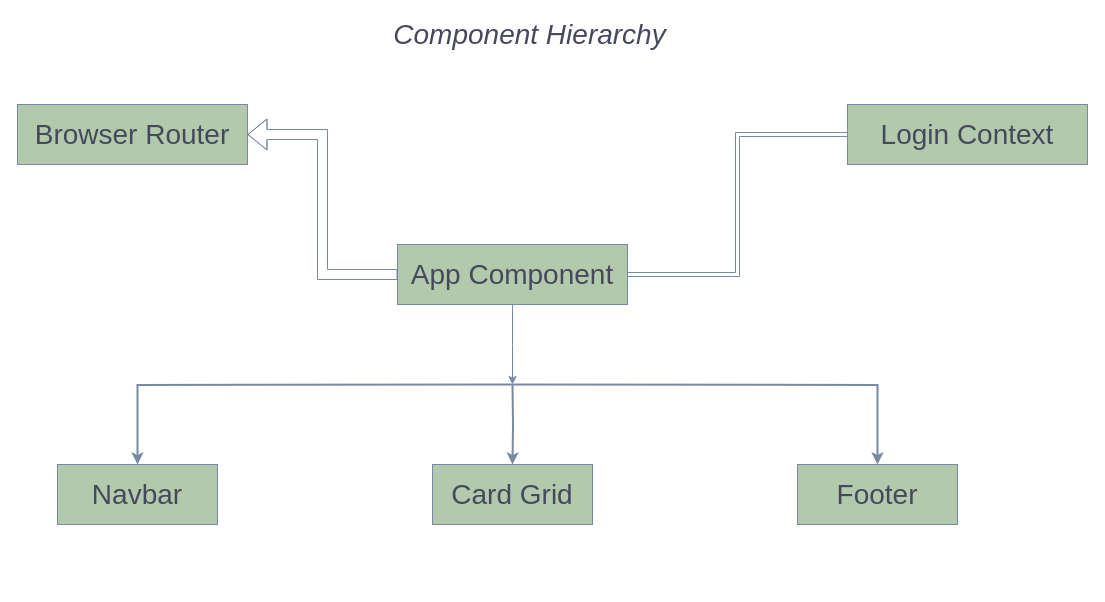
The draw.io diagram page "App Tree" (1 of 10) of diagrams/component-diagrams.drawio in sisackov/recipe-collections-react, before the edit. Source tidied: cells renumbered, new cells numbered last; positions are measured from the earlier drawing's top-left corner, leaving out a move shared by most shapes. Both pictures are drawn from the tidied source at 100%, with x=0, y=0 at pixel (17, 24).
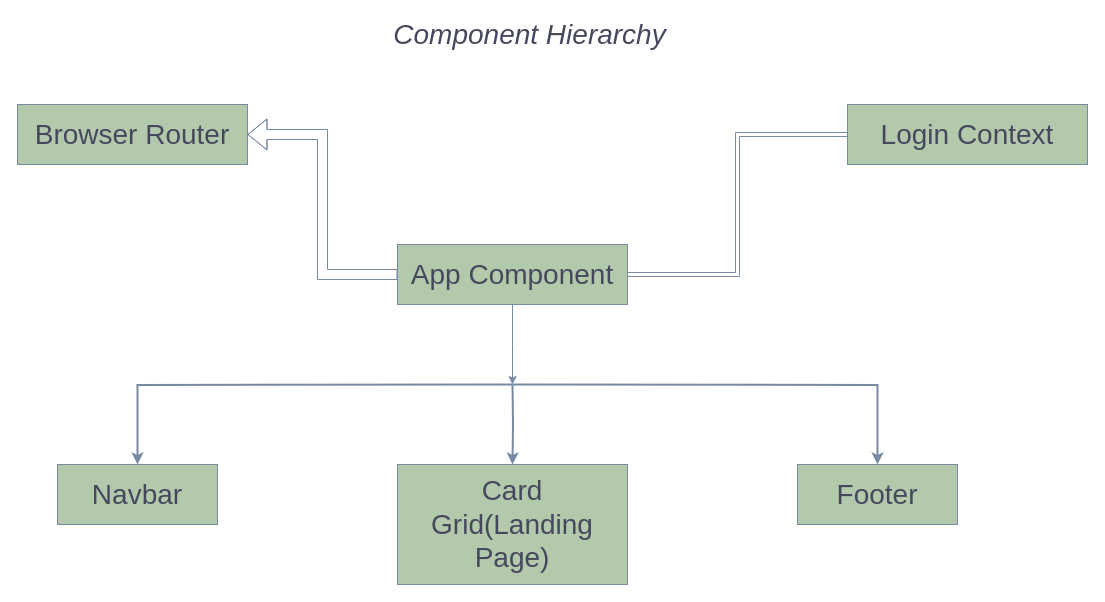
Above is the later version.

Diff of the diagram source:
```diff
@@
 <mxGraphModel>
   <root>
     <mxCell id="0" />
     <mxCell id="1" parent="0" />
     <mxCell id="2" style="edgeStyle=orthogonalEdgeStyle;rounded=0;html=1;exitX=0.5;exitY=1;jettySize=auto;fontSize=28;strokeWidth=2;strokeColor=#788AA3;fontColor=#46495D;" parent="1" edge="1" target="10">
       <mxGeometry relative="1" as="geometry">
         <mxPoint x="495" y="360" as="sourcePoint" />
       </mxGeometry>
     </mxCell>
     <mxCell id="3" style="edgeStyle=orthogonalEdgeStyle;rounded=0;html=1;exitX=0.5;exitY=1;jettySize=auto;strokeWidth=2;fontSize=28;strokeColor=#788AA3;fontColor=#46495D;" parent="1" edge="1" target="9">
       <mxGeometry relative="1" as="geometry">
         <mxPoint x="495" y="360" as="sourcePoint" />
       </mxGeometry>
     </mxCell>
     <mxCell id="4" style="edgeStyle=orthogonalEdgeStyle;rounded=0;html=1;exitX=0.5;exitY=1;jettySize=auto;strokeWidth=2;fontSize=28;strokeColor=#788AA3;fontColor=#46495D;" parent="1" edge="1" target="11">
       <mxGeometry relative="1" as="geometry">
         <mxPoint x="495" y="360" as="sourcePoint" />
       </mxGeometry>
     </mxCell>
     <mxCell id="5" style="edgeStyle=elbowEdgeStyle;rounded=0;jettySize=auto;html=1;shape=link;strokeColor=#788AA3;fontColor=#46495D;" parent="1" edge="1" source="8" target="13">
       <mxGeometry relative="1" as="geometry" />
     </mxCell>
     <mxCell id="6" style="edgeStyle=elbowEdgeStyle;rounded=0;jettySize=auto;html=1;strokeColor=#788AA3;fontColor=#46495D;" parent="1" edge="1" source="8">
       <mxGeometry relative="1" as="geometry">
         <mxPoint x="495" y="360" as="targetPoint" />
       </mxGeometry>
     </mxCell>
     <mxCell id="7" style="rounded=0;jettySize=auto;html=1;entryX=1;entryY=0.5;entryDx=0;entryDy=0;edgeStyle=orthogonalEdgeStyle;shape=flexArrow;strokeColor=#788AA3;fontColor=#46495D;" parent="1" edge="1" source="8" target="14">
       <mxGeometry relative="1" as="geometry" />
     </mxCell>
     <mxCell id="8" value="App Component" style="rounded=0;whiteSpace=wrap;html=1;fontSize=28;align=center;fillColor=#B2C9AB;strokeColor=#788AA3;fontColor=#46495D;" parent="1" vertex="1">
       <mxGeometry x="380" y="220" width="230" height="60" as="geometry" />
     </mxCell>
     <mxCell id="9" value="Navbar" style="rounded=0;whiteSpace=wrap;html=1;fontSize=28;align=center;fillColor=#B2C9AB;strokeColor=#788AA3;fontColor=#46495D;" parent="1" vertex="1">
       <mxGeometry x="40" y="440" width="160" height="60" as="geometry" />
     </mxCell>
-    <mxCell id="10" value="Card Grid" style="rounded=0;whiteSpace=wrap;html=1;fontSize=28;align=center;fillColor=#B2C9AB;strokeColor=#788AA3;fontColor=#46495D;" parent="1" vertex="1">
-      <mxGeometry x="415" y="440" width="160" height="60" as="geometry" />
+    <mxCell id="10" value="Card Grid(Landing Page)" style="rounded=0;whiteSpace=wrap;html=1;fontSize=28;align=center;fillColor=#B2C9AB;strokeColor=#788AA3;fontColor=#46495D;" parent="1" vertex="1">
+      <mxGeometry x="380" y="440" width="230" height="120" as="geometry" />
     </mxCell>
     <mxCell id="11" value="Footer" style="rounded=0;whiteSpace=wrap;html=1;fontSize=28;align=center;fillColor=#B2C9AB;strokeColor=#788AA3;fontColor=#46495D;" parent="1" vertex="1">
       <mxGeometry x="780" y="440" width="160" height="60" as="geometry" />
     </mxCell>
     <mxCell id="12" value="&lt;i&gt;Component Hierarchy&lt;/i&gt;" style="text;html=1;strokeColor=none;fillColor=none;align=center;verticalAlign=middle;whiteSpace=wrap;rounded=0;fontSize=28;fontColor=#46495D;" parent="1" vertex="1">
       <mxGeometry x="340" width="345" height="20" as="geometry" />
     </mxCell>
     <mxCell id="13" value="Login Context" style="rounded=0;whiteSpace=wrap;html=1;fontSize=28;align=center;fillColor=#B2C9AB;strokeColor=#788AA3;fontColor=#46495D;" parent="1" vertex="1">
       <mxGeometry x="830" y="80" width="240" height="60" as="geometry" />
     </mxCell>
     <mxCell id="14" value="Browser Router" style="rounded=0;whiteSpace=wrap;html=1;fontSize=28;align=center;fillColor=#B2C9AB;strokeColor=#788AA3;fontColor=#46495D;" parent="1" vertex="1">
       <mxGeometry y="80" width="230" height="60" as="geometry" />
     </mxCell>
   </root>
 </mxGraphModel>
```
